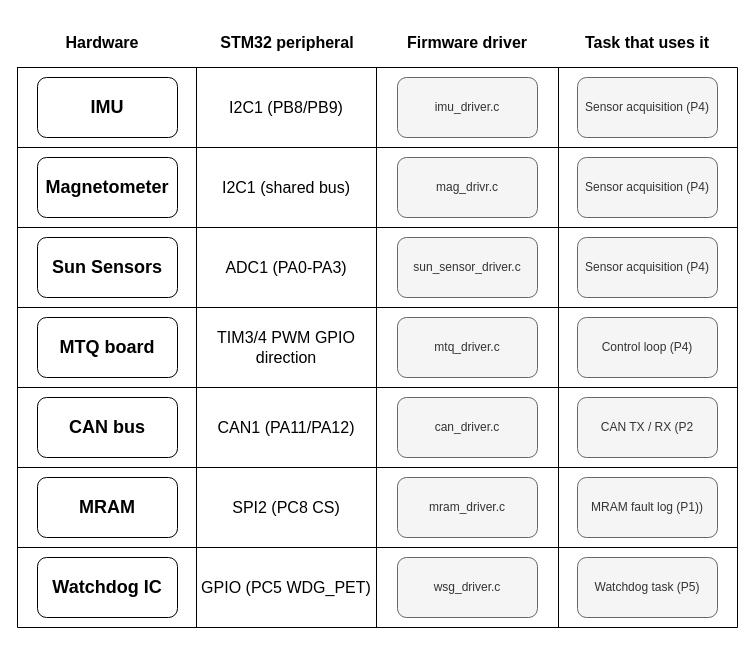
The draw.io diagram page "Hardware-software interface" (7 of 7) of docs/subteams/adcs/ADCS_software_architecture.drawio in QSET-Sat/qset-doc, before the edit. Source tidied: cells renumbered, new cells numbered last; positions are measured from the earlier drawing's top-left corner, leaving out a move shared by most shapes. Both pictures are drawn from the tidied source at 100%, with x=0, y=0 at pixel (17, 27).
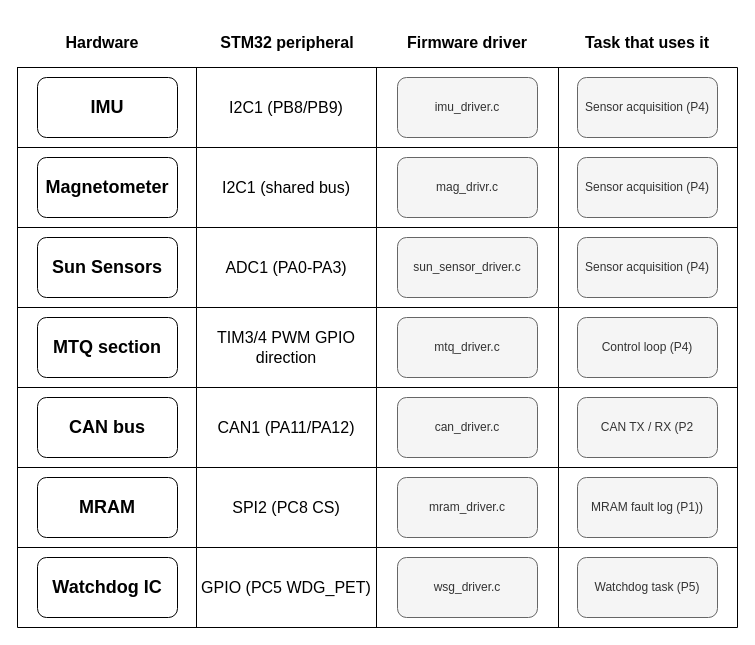
Above is the later version.

Change to the diagram source:
```diff
@@
-    <mxCell id="41" value="&lt;h2&gt;MTQ board&lt;/h2&gt;" style="rounded=1;whiteSpace=wrap;html=1;" parent="1" vertex="1">
+    <mxCell id="41" value="&lt;h2&gt;MTQ section&lt;/h2&gt;" style="rounded=1;whiteSpace=wrap;html=1;" parent="1" vertex="1">
       <mxGeometry x="20" y="290" width="140" height="60" as="geometry" />
     </mxCell>
```
